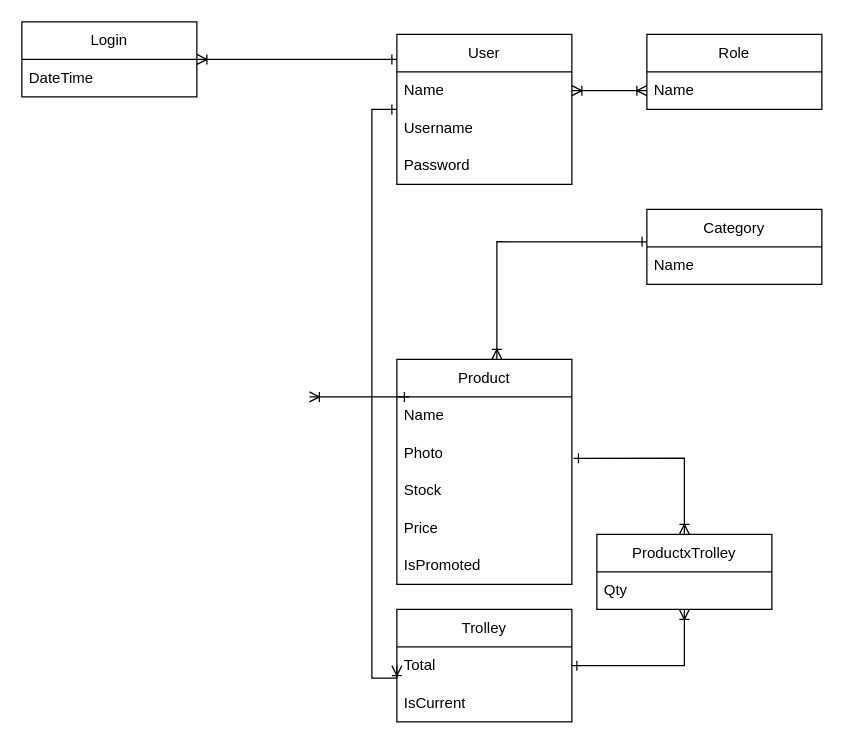
Before: Documentation/DatabaseDiagram.drawio in llanos1205/SOFT703A2, a draw.io diagram. Source tidied: cells renumbered, new cells numbered last; positions are measured from the earlier drawing's top-left corner, leaving out a move shared by most shapes. Both pictures are drawn from the tidied source at 125%, with x=0, y=0 at pixel (21, 21).
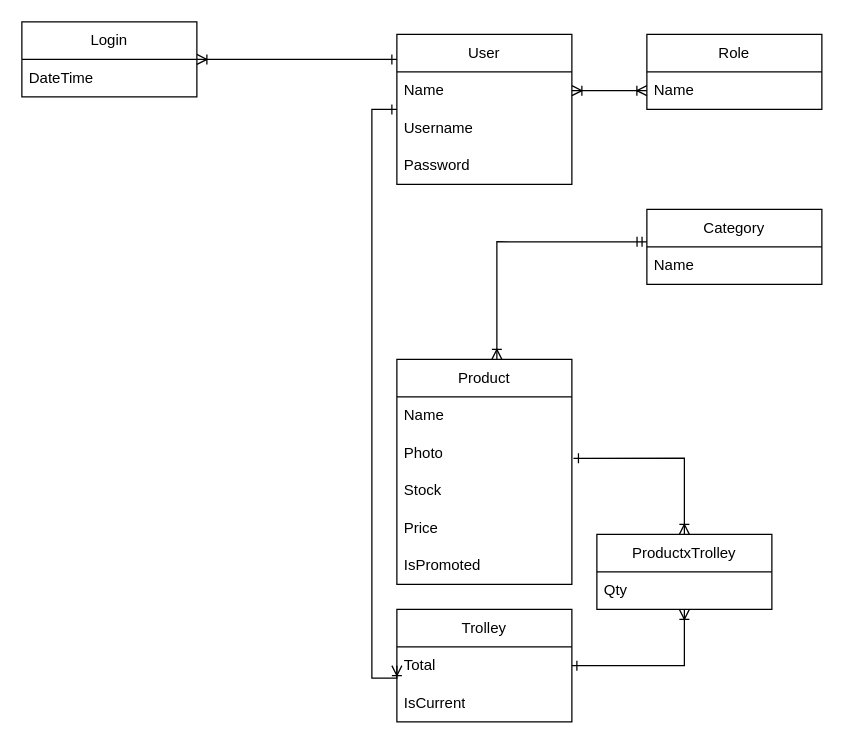
The same page after the edit.

The change refers to these unchanged cells:
```xml
<mxCell id="8" value="Product" style="swimlane;fontStyle=0;horizontal=1;startSize=30;whiteSpace=wrap;html=1;" parent="1" vertex="1">
  <mxGeometry x="300" y="270" width="140" height="180" as="geometry" />
</mxCell>
<mxCell id="24" value="Category" style="swimlane;fontStyle=0;horizontal=1;startSize=30;whiteSpace=wrap;html=1;" parent="1" vertex="1">
  <mxGeometry x="500" y="150" width="140" height="60" as="geometry" />
</mxCell>
```

What changed in the source:
```diff
@@
-    <mxCell id="7" style="edgeStyle=orthogonalEdgeStyle;rounded=0;jettySize=auto;html=1;entryX=0.001;entryY=0.432;entryDx=0;entryDy=0;entryPerimeter=0;endArrow=ERone;endFill=0;startArrow=ERoneToMany;startFill=0;" parent="1" edge="1" source="8" target="24">
+    <mxCell id="7" style="edgeStyle=orthogonalEdgeStyle;rounded=0;jettySize=auto;html=1;entryX=0.001;entryY=0.432;entryDx=0;entryDy=0;entryPerimeter=0;endArrow=ERmandOne;endFill=0;startArrow=ERoneToMany;startFill=0;" parent="1" edge="1" source="8" target="24">
       <mxGeometry relative="1" as="geometry">
         <Array as="points">
           <mxPoint x="380" y="176" />
         </Array>
       </mxGeometry>
     </mxCell>
@@
-    <mxCell id="29" style="edgeStyle=none;orthogonalLoop=1;jettySize=auto;html=1;rounded=0;startArrow=ERoneToMany;startFill=0;endArrow=ERone;endFill=0;" parent="1" edge="1">
-      <mxGeometry relative="1" as="geometry">
-        <mxPoint x="230" y="300" as="sourcePoint" />
-        <mxPoint x="310" y="300" as="targetPoint" />
-      </mxGeometry>
-    </mxCell>
```
